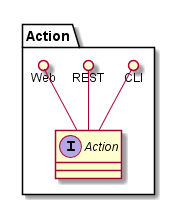
madajaju/bouquet keeps this PlantUML diagram as docs/Solution/Action/Logical.png. Above is the earlier version.
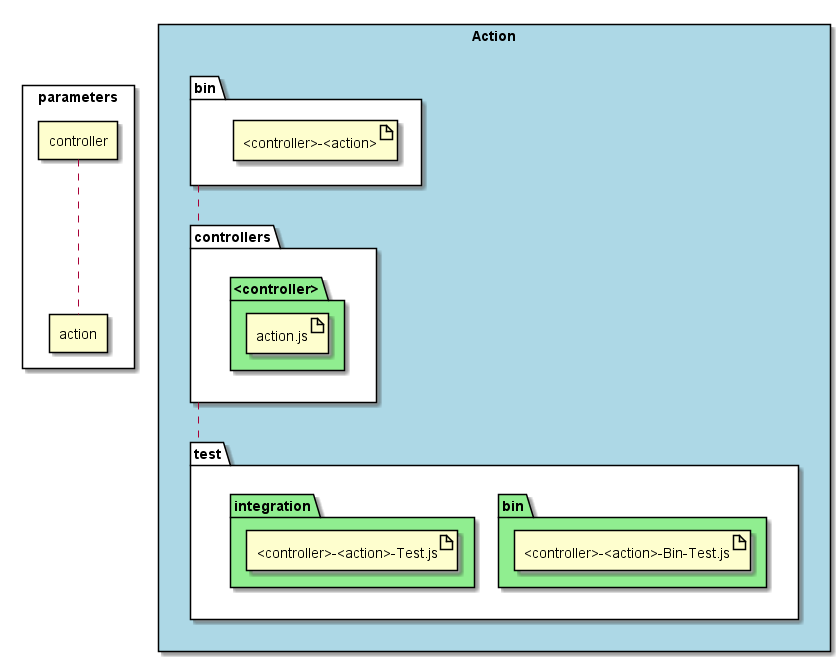
After the commit.

Change to the diagram source:
```diff
@@ -1,13 +1,33 @@
 @startuml
 
-package "Action" {
-    interface "Action" {
+rectangle parameters $lightgreen {
+    rectangle controller
+    rectangle action
+    controller .. action
+}
+
+rectangle Action #lightblue {
+    folder bin  #white {
+      artifact "<controller>-<action>"
 
     }
-    CLI ()-- "Action"
-    REST ()-- "Action"
-    Web ()-- "Action"
 
+    folder controllers #white  {
+      folder "<controller>" #lightgreen {
+          artifact "action.js"
+      }
+    }
+
+    folder test #white  {
+      folder "bin" as b #lightgreen {
+        artifact "<controller>-<action>-Bin-Test.js"
+      }
+      folder integration  #lightgreen {
+        artifact "<controller>-<action>-Test.js"
+      }
+    }
+  bin .. controllers
+  controllers .. test
 }
 
 
```
